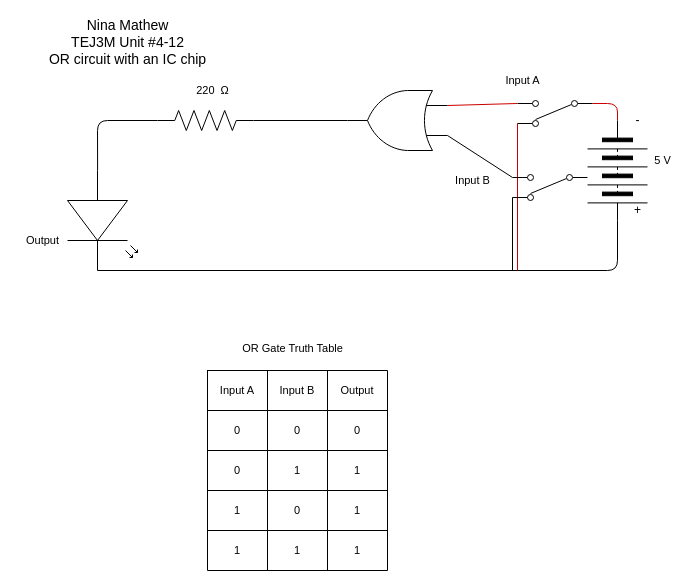
Nina-S-Mathew/TEJ3M-Unit-4 keeps this draw.io diagram as Unit 4-12/TEJ3M#Unit-4-12.drawio. Above is the earlier version. Source tidied: cells renumbered, new cells numbered last; positions are measured from the earlier drawing's top-left corner, leaving out a move shared by most shapes. Both pictures are drawn from the tidied source at 100%, with x=0, y=0 at pixel (17, 20).
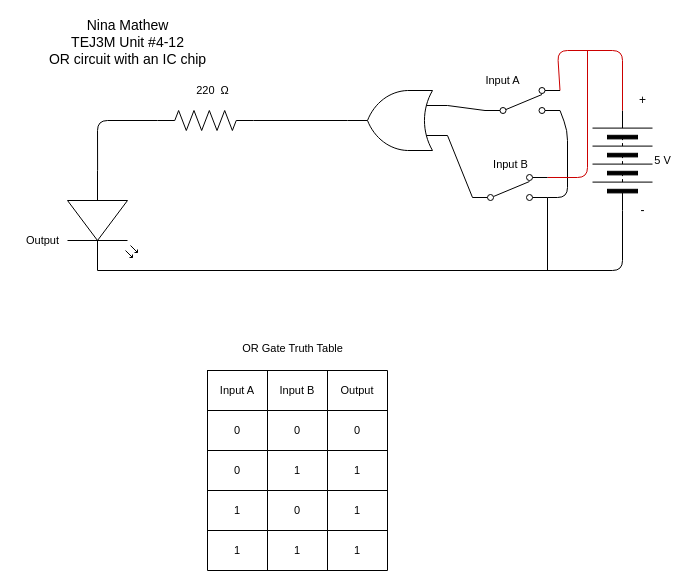
The same diagram, later.

Unchanged cells that the change refers to:
```xml
<mxCell id="7" style="verticalLabelPosition=bottom;shadow=0;dashed=0;align=center;html=1;verticalAlign=top;shape=mxgraph.electrical.opto_electronics.led_2;direction=south;flipV=0;flipH=0;" parent="1" vertex="1">
  <mxGeometry x="50" y="150" width="70" height="100" as="geometry" />
</mxCell>
<mxCell id="45" style="verticalLabelPosition=bottom;shadow=0;dashed=0;align=center;html=1;verticalAlign=top;shape=mxgraph.electrical.logic_gates.logic_gate;operation=or;direction=west;" parent="1" vertex="1">
  <mxGeometry x="330" y="70" width="100" height="60" as="geometry" />
</mxCell>
```

What changed in the source:
```diff
@@
-    <mxCell id="2" style="edgeStyle=none;shape=connector;rounded=1;html=1;exitX=0;exitY=0.5;exitDx=0;exitDy=0;entryX=0;entryY=0.885;entryDx=0;entryDy=0;entryPerimeter=0;labelBackgroundColor=default;fontFamily=Helvetica;fontSize=11;fontColor=default;endArrow=none;endFill=0;strokeColor=#CC0000;" parent="1" edge="1" source="3" target="13">
-      <mxGeometry relative="1" as="geometry">
-        <Array as="points">
-          <mxPoint x="600" y="83" />
-        </Array>
-      </mxGeometry>
-    </mxCell>
-    <mxCell id="3" style="verticalLabelPosition=bottom;shadow=0;dashed=0;align=center;html=1;verticalAlign=top;shape=mxgraph.electrical.miscellaneous.batteryStack;direction=south;" parent="1" vertex="1">
-      <mxGeometry x="570" y="100" width="60" height="100" as="geometry" />
+    <mxCell id="3" style="verticalLabelPosition=bottom;shadow=0;dashed=0;align=center;html=1;verticalAlign=top;shape=mxgraph.electrical.miscellaneous.batteryStack;direction=north;" parent="1" vertex="1">
+      <mxGeometry x="575" y="90" width="60" height="100" as="geometry" />
     </mxCell>
@@
-    <mxCell id="6" style="edgeStyle=none;shape=connector;rounded=1;html=1;exitX=1;exitY=0.57;exitDx=0;exitDy=0;exitPerimeter=0;entryX=1;entryY=0.5;entryDx=0;entryDy=0;labelBackgroundColor=default;fontFamily=Helvetica;fontSize=11;fontColor=default;endArrow=none;endFill=0;strokeColor=default;" parent="1" edge="1" source="7" target="3">
+    <mxCell id="6" style="edgeStyle=none;html=1;exitX=1;exitY=0.57;exitDx=0;exitDy=0;exitPerimeter=0;entryX=0;entryY=0.5;entryDx=0;entryDy=0;endArrow=none;endFill=0;strokeColor=#000000;" parent="1" edge="1" source="7" target="3">
       <mxGeometry relative="1" as="geometry">
         <Array as="points">
-          <mxPoint x="600" y="250" />
+          <mxPoint x="605" y="250" />
         </Array>
       </mxGeometry>
     </mxCell>
@@
-    <mxCell id="12" style="edgeStyle=none;shape=connector;rounded=1;html=1;exitX=1;exitY=0.115;exitDx=0;exitDy=0;exitPerimeter=0;labelBackgroundColor=default;fontFamily=Helvetica;fontSize=11;fontColor=default;endArrow=none;endFill=0;strokeColor=#CC0000;" parent="1" edge="1" source="13">
-      <mxGeometry relative="1" as="geometry">
-        <mxPoint x="500" y="250" as="targetPoint" />
-      </mxGeometry>
-    </mxCell>
+    <mxCell id="44" style="edgeStyle=none;html=1;exitX=0;exitY=0.885;exitDx=0;exitDy=0;exitPerimeter=0;entryX=0;entryY=0.75;entryDx=0;entryDy=0;entryPerimeter=0;endArrow=none;endFill=0;" parent="1" edge="1" source="13" target="45">
+      <mxGeometry relative="1" as="geometry" />
+    </mxCell>
+    <mxCell id="46" style="edgeStyle=none;html=1;exitX=1;exitY=0.885;exitDx=0;exitDy=0;exitPerimeter=0;entryX=1;entryY=0.885;entryDx=0;entryDy=0;entryPerimeter=0;endArrow=none;endFill=0;" parent="1" edge="1" source="13" target="19">
+      <mxGeometry relative="1" as="geometry">
+        <Array as="points">
+          <mxPoint x="550" y="110" />
+          <mxPoint x="550" y="177" />
+        </Array>
+      </mxGeometry>
+    </mxCell>
+    <mxCell id="47" style="edgeStyle=none;html=1;exitX=1;exitY=0.115;exitDx=0;exitDy=0;exitPerimeter=0;entryX=1;entryY=0.5;entryDx=0;entryDy=0;endArrow=none;endFill=0;strokeColor=#CC0000;" parent="1" edge="1" source="13" target="3">
+      <mxGeometry relative="1" as="geometry">
+        <Array as="points">
+          <mxPoint x="540" y="30" />
+          <mxPoint x="605" y="30" />
+        </Array>
+      </mxGeometry>
+    </mxCell>
-    <mxCell id="13" style="verticalLabelPosition=bottom;shadow=0;dashed=0;align=center;html=1;verticalAlign=top;shape=mxgraph.electrical.electro-mechanical.2-way_switch;direction=west;" parent="1" vertex="1">
-      <mxGeometry x="500" y="80" width="75" height="26" as="geometry" />
+    <mxCell id="13" style="verticalLabelPosition=bottom;shadow=0;dashed=0;align=center;html=1;verticalAlign=top;shape=mxgraph.electrical.electro-mechanical.2-way_switch;direction=east;" parent="1" vertex="1">
+      <mxGeometry x="467.5" y="67" width="75" height="26" as="geometry" />
     </mxCell>
     <mxCell id="14" value="+" style="text;html=1;align=center;verticalAlign=middle;strokeColor=none;fillColor=none;" parent="1" vertex="1">
-      <mxGeometry x="610" y="180" width="20" height="20" as="geometry" />
+      <mxGeometry x="615" y="70" width="20" height="20" as="geometry" />
     </mxCell>
     <mxCell id="15" value="-" style="text;html=1;align=center;verticalAlign=middle;strokeColor=none;fillColor=none;" parent="1" vertex="1">
-      <mxGeometry x="610" y="90" width="20" height="20" as="geometry" />
+      <mxGeometry x="615" y="180" width="20" height="20" as="geometry" />
     </mxCell>
     <mxCell id="16" value="Input A" style="text;html=1;align=center;verticalAlign=middle;strokeColor=none;fillColor=none;fontSize=11;fontFamily=Helvetica;fontColor=default;" parent="1" vertex="1">
-      <mxGeometry x="480" y="50" width="50" height="20" as="geometry" />
+      <mxGeometry x="460" y="50" width="50" height="20" as="geometry" />
     </mxCell>
@@
-    <mxCell id="18" style="edgeStyle=none;shape=connector;rounded=1;html=1;exitX=1;exitY=0.115;exitDx=0;exitDy=0;exitPerimeter=0;labelBackgroundColor=default;fontFamily=Helvetica;fontSize=11;fontColor=default;endArrow=none;endFill=0;strokeColor=default;" parent="1" edge="1" source="19">
-      <mxGeometry relative="1" as="geometry">
-        <mxPoint x="495" y="250" as="targetPoint" />
-      </mxGeometry>
-    </mxCell>
+    <mxCell id="48" style="edgeStyle=none;html=1;exitX=0;exitY=0.885;exitDx=0;exitDy=0;exitPerimeter=0;entryX=0;entryY=0.25;entryDx=0;entryDy=0;entryPerimeter=0;endArrow=none;endFill=0;" parent="1" edge="1" source="19" target="45">
+      <mxGeometry relative="1" as="geometry" />
+    </mxCell>
+    <mxCell id="49" style="edgeStyle=none;html=1;exitX=1;exitY=0.115;exitDx=0;exitDy=0;exitPerimeter=0;endArrow=none;endFill=0;strokeColor=#CC0000;" parent="1" edge="1" source="19">
+      <mxGeometry relative="1" as="geometry">
+        <mxPoint x="570" y="30" as="targetPoint" />
+        <Array as="points">
+          <mxPoint x="570" y="157" />
+        </Array>
+      </mxGeometry>
+    </mxCell>
+    <mxCell id="50" style="edgeStyle=none;html=1;exitX=1;exitY=0.885;exitDx=0;exitDy=0;exitPerimeter=0;endArrow=none;endFill=0;strokeColor=#000000;" parent="1" edge="1" source="19">
+      <mxGeometry relative="1" as="geometry">
+        <mxPoint x="530" y="250" as="targetPoint" />
+      </mxGeometry>
+    </mxCell>
-    <mxCell id="19" style="verticalLabelPosition=bottom;shadow=0;dashed=0;align=center;html=1;verticalAlign=top;shape=mxgraph.electrical.electro-mechanical.2-way_switch;direction=west;" parent="1" vertex="1">
-      <mxGeometry x="495" y="154" width="75" height="26" as="geometry" />
+    <mxCell id="19" style="verticalLabelPosition=bottom;shadow=0;dashed=0;align=center;html=1;verticalAlign=top;shape=mxgraph.electrical.electro-mechanical.2-way_switch;direction=east;" parent="1" vertex="1">
+      <mxGeometry x="455" y="154" width="75" height="26" as="geometry" />
     </mxCell>
@@
     <mxCell id="41" value="Input B" style="text;html=1;align=center;verticalAlign=middle;strokeColor=none;fillColor=none;fontSize=11;fontFamily=Helvetica;fontColor=default;" parent="1" vertex="1">
-      <mxGeometry x="430" y="150" width="50" height="20" as="geometry" />
+      <mxGeometry x="467.5" y="134" width="50" height="20" as="geometry" />
     </mxCell>
@@
-    <mxCell id="43" style="edgeStyle=none;html=1;exitX=0;exitY=0.75;exitDx=0;exitDy=0;exitPerimeter=0;entryX=1;entryY=0.885;entryDx=0;entryDy=0;entryPerimeter=0;endArrow=none;endFill=0;strokeColor=#CC0000;" parent="1" edge="1" source="45" target="13">
-      <mxGeometry relative="1" as="geometry" />
-    </mxCell>
-    <mxCell id="44" style="edgeStyle=none;html=1;exitX=0;exitY=0.25;exitDx=0;exitDy=0;exitPerimeter=0;entryX=1;entryY=0.885;entryDx=0;entryDy=0;entryPerimeter=0;endArrow=none;endFill=0;" parent="1" edge="1" source="45" target="19">
-      <mxGeometry relative="1" as="geometry" />
-    </mxCell>
```
